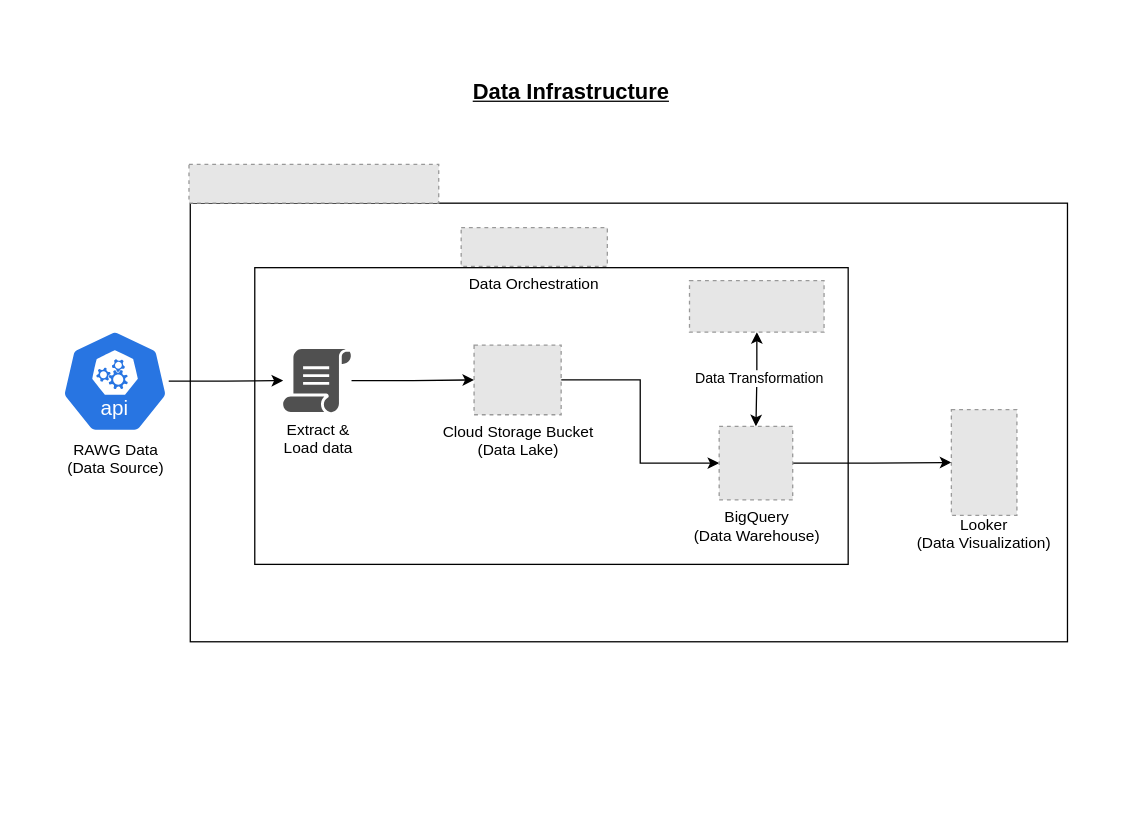
Earlier version of the draw.io diagram assets/data-architecture.drawio (alangan17/video-game-analysis). Source tidied: cells renumbered, new cells numbered last; positions are measured from the earlier drawing's top-left corner, leaving out a move shared by most shapes. Both pictures are drawn from the tidied source at 129%, with x=0, y=0 at pixel (22, 22). Pictures stored in the file or linked from it are replaced by grey dashed boxes.
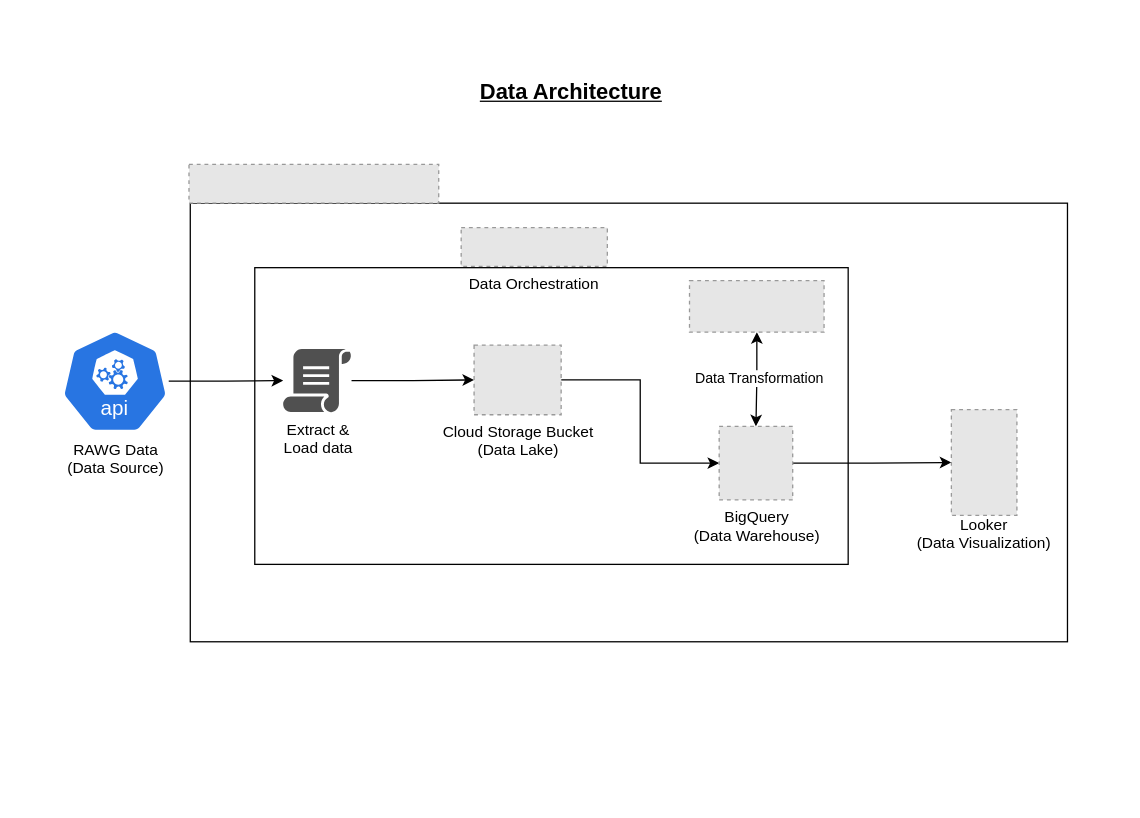
After the change.

Diff of the diagram source:
```diff
@@
-    <mxCell id="4" value="Data Infrastructure" style="text;html=1;align=center;verticalAlign=middle;strokeColor=none;fillColor=none;fontStyle=5;fontSize=17;" parent="1" vertex="1">
-      <mxGeometry x="335" y="40" width="180" height="30" as="geometry" />
+    <mxCell id="4" value="Data Architecture" style="text;html=1;align=center;verticalAlign=middle;strokeColor=none;fillColor=none;fontStyle=5;fontSize=17;" parent="1" vertex="1">
+      <mxGeometry x="350" y="40" width="150" height="30" as="geometry" />
     </mxCell>
```
